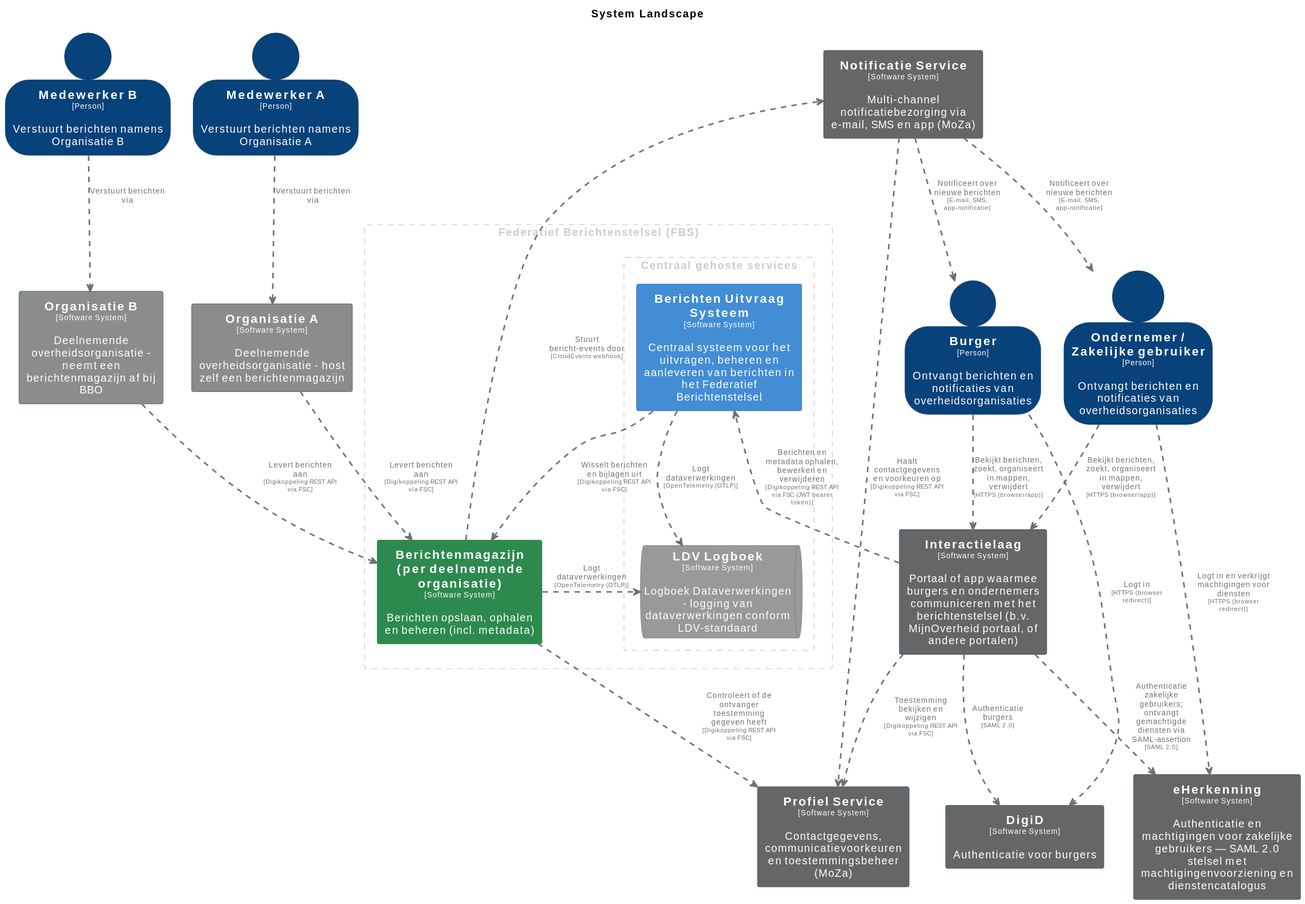
Above: pr-preview/pr-22/master/svg/SystemLandscape.svg in MinBZK/moza-poc-fbs-berichtenbox (PlantUML), before the change. Its source is kept beside it as pr-preview/pr-22/master/puml/SystemLandscape.puml.
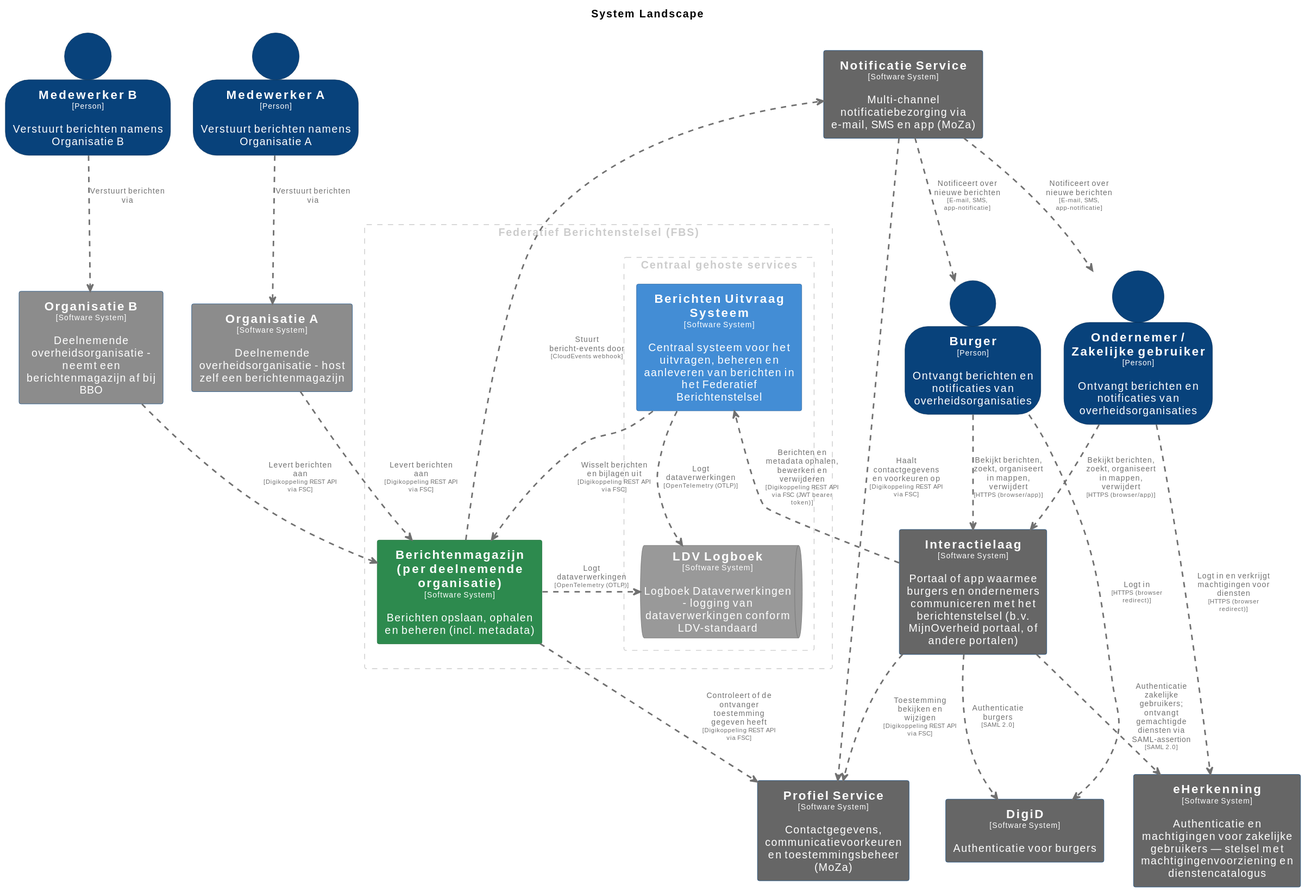
Later version of the same file.

What changed in the source:
```diff
@@ -126,7 +126,7 @@
 rectangle "==Profiel Service\n<size:10>[Software System]</size>\n\nContactgegevens, communicatievoorkeuren en toestemmingsbeheer (MoZa)" <<ProfielService>> as ProfielService
 rectangle "==Notificatie Service\n<size:10>[Software System]</size>\n\nMulti-channel notificatiebezorging via e-mail, SMS en app (MoZa)" <<NotificatieService>> as NotificatieService
 rectangle "==Interactielaag\n<size:10>[Software System]</size>\n\nPortaal of app waarmee burgers en ondernemers communiceren met het berichtenstelsel (b.v. MijnOverheid portaal, of andere portalen)" <<Interactielaag>> as Interactielaag
-rectangle "==eHerkenning\n<size:10>[Software System]</size>\n\nAuthenticatie en machtigingen voor zakelijke gebruikers — SAML 2.0 stelsel met machtigingenvoorziening en dienstencatalogus" <<eHerkenning>> as eHerkenning
+rectangle "==eHerkenning\n<size:10>[Software System]</size>\n\nAuthenticatie en machtigingen voor zakelijke gebruikers — stelsel met machtigingenvoorziening en dienstencatalogus" <<eHerkenning>> as eHerkenning
 rectangle "==DigiD\n<size:10>[Software System]</size>\n\nAuthenticatie voor burgers" <<DigiD>> as DigiD
 
 Berichtenmagazijnperdeelnemendeorganisatie .[#707070,thickness=2].> LDVLogboek : "<color:#707070>Logt dataverwerkingen\n<color:#707070><size:8>[OpenTelemetry (OTLP)]</size>"
```
